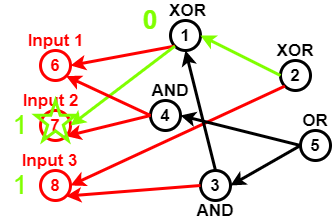
Earlier version of the draw.io export Untitled Diagram.png (sara1024/-CCF201412-2-Z-). Source tidied: cells renumbered, new cells last; positions are measured from the earlier drawing's top-left corner, leaving out a move shared by most shapes.
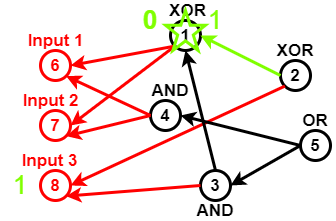
After the commit.

The edit, as a diff of the source:
```diff
@@ -17,7 +17,7 @@
     <mxCell id="6" style="endArrow=classic;html=1;fontSize=17;fontColor=#000000;strokeWidth=3;entryX=1;entryY=0.5;entryDx=0;entryDy=0;exitX=0;exitY=1;exitDx=0;exitDy=0;strokeColor=#FF0000;" parent="1" edge="1" source="5" target="2">
       <mxGeometry relative="1" as="geometry" />
     </mxCell>
-    <mxCell id="7" style="endArrow=classic;html=1;strokeWidth=3;fontSize=17;fontColor=#000000;entryX=1;entryY=0.5;entryDx=0;entryDy=0;exitX=0;exitY=1;exitDx=0;exitDy=0;strokeColor=#80FF00;" parent="1" edge="1" source="5" target="3">
+    <mxCell id="7" style="endArrow=classic;html=1;strokeWidth=3;fontSize=17;fontColor=#000000;entryX=1;entryY=0.5;entryDx=0;entryDy=0;exitX=0;exitY=1;exitDx=0;exitDy=0;strokeColor=#FF0000;" parent="1" edge="1" source="5" target="3">
       <mxGeometry relative="1" as="geometry" />
     </mxCell>
     <mxCell id="8" value="4" style="ellipse;whiteSpace=wrap;html=1;strokeColor=#000000;strokeWidth=3;fillColor=none;fontSize=17;fontColor=#000000;fontStyle=1;" parent="1" vertex="1">
@@ -81,13 +81,13 @@
       <mxGeometry x="17.5" y="150" width="62.5" height="20" as="geometry" />
     </mxCell>
     <mxCell id="28" style="verticalLabelPosition=bottom;verticalAlign=top;html=1;shape=mxgraph.basic.star;strokeColor=#80FF00;strokeWidth=3;fillColor=none;gradientColor=none;fontSize=17;fontColor=#FF0000;" parent="1" vertex="1">
-      <mxGeometry x="35" y="100" width="40" height="40" as="geometry" />
+      <mxGeometry x="165" y="10" width="40" height="40" as="geometry" />
     </mxCell>
     <mxCell id="29" value="0" style="text;html=1;strokeColor=none;fillColor=none;align=center;verticalAlign=middle;whiteSpace=wrap;rounded=0;fontSize=26;fontStyle=1;fontColor=#80FF00;" parent="1" vertex="1">
       <mxGeometry x="130" y="10" width="40" height="20" as="geometry" />
     </mxCell>
     <mxCell id="30" value="1" style="text;html=1;strokeColor=none;fillColor=none;align=center;verticalAlign=middle;whiteSpace=wrap;rounded=0;fontSize=26;fontColor=#80FF00;" parent="1" vertex="1">
-      <mxGeometry y="115" width="40" height="20" as="geometry" />
+      <mxGeometry x="195" y="10" width="40" height="20" as="geometry" />
     </mxCell>
     <mxCell id="31" value="1" style="text;html=1;strokeColor=none;fillColor=none;align=center;verticalAlign=middle;whiteSpace=wrap;rounded=0;fontSize=26;fontColor=#80FF00;" parent="1" vertex="1">
       <mxGeometry y="175" width="40" height="20" as="geometry" />
```
